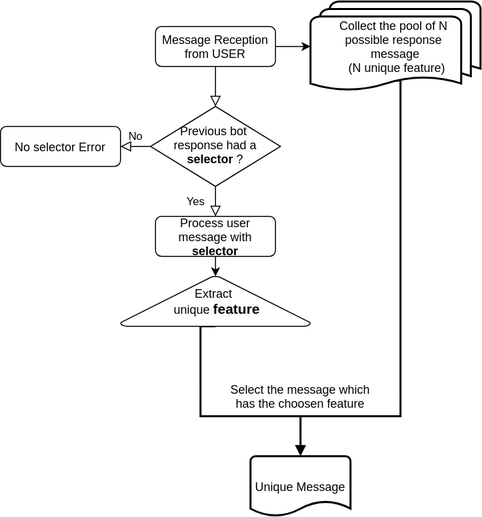
This is documentation/images/selector_feature_process.png from PervasiveWellbeingTech/Popbots-Engine, a draw.io export, as it was before one commit. Source tidied: cells renumbered, new cells last; positions are measured from the earlier drawing's top-left corner, leaving out a move shared by most shapes. Source of this version:
```xml
<mxGraphModel>
  <root>
    <mxCell id="0" />
    <mxCell id="1" parent="0" />
    <mxCell id="2" style="rounded=0;html=1;jettySize=auto;fontSize=11;endArrow=block;endFill=0;endSize=8;strokeWidth=1;shadow=0;labelBackgroundColor=none;edgeStyle=orthogonalEdgeStyle;" parent="1" edge="1" source="4" target="7">
      <mxGeometry relative="1" as="geometry" />
    </mxCell>
    <mxCell id="3" style="edgeStyle=orthogonalEdgeStyle;rounded=0;jettySize=auto;html=1;exitX=1;exitY=0.5;exitDx=0;exitDy=0;entryX=0;entryY=0.5;entryDx=0;entryDy=0;entryPerimeter=0;" parent="1" edge="1" source="4" target="14">
      <mxGeometry relative="1" as="geometry" />
    </mxCell>
    <mxCell id="4" value="Message Reception from USER" style="rounded=1;whiteSpace=wrap;html=1;fontSize=12;glass=0;strokeWidth=1;shadow=0;" parent="1" vertex="1">
      <mxGeometry x="155" y="25" width="120" height="40" as="geometry" />
    </mxCell>
    <mxCell id="5" value="Yes" style="rounded=0;html=1;jettySize=auto;fontSize=11;endArrow=block;endFill=0;endSize=8;strokeWidth=1;shadow=0;labelBackgroundColor=none;edgeStyle=orthogonalEdgeStyle;entryX=0.5;entryY=0;entryDx=0;entryDy=0;" parent="1" edge="1" source="7" target="10">
      <mxGeometry y="20" relative="1" as="geometry" />
    </mxCell>
    <mxCell id="6" value="No" style="edgeStyle=orthogonalEdgeStyle;rounded=0;html=1;jettySize=auto;fontSize=11;endArrow=block;endFill=0;endSize=8;strokeWidth=1;shadow=0;labelBackgroundColor=none;" parent="1" edge="1" source="7" target="8">
      <mxGeometry y="10" relative="1" as="geometry" />
    </mxCell>
    <mxCell id="7" value="Previous bot &lt;br&gt;response had a &lt;b&gt;selector&lt;/b&gt; ?" style="rhombus;whiteSpace=wrap;html=1;shadow=0;fontFamily=Helvetica;fontSize=12;align=center;strokeWidth=1;spacing=6;spacingTop=-4;" parent="1" vertex="1">
      <mxGeometry x="150" y="105" width="130" height="80" as="geometry" />
    </mxCell>
    <mxCell id="8" value="No selector Error" style="rounded=1;whiteSpace=wrap;html=1;fontSize=12;glass=0;strokeWidth=1;shadow=0;" parent="1" vertex="1">
      <mxGeometry y="125" width="120" height="40" as="geometry" />
    </mxCell>
    <mxCell id="9" style="edgeStyle=orthogonalEdgeStyle;rounded=0;jettySize=auto;html=1;exitX=0.5;exitY=1;exitDx=0;exitDy=0;entryX=0.5;entryY=0;entryDx=0;entryDy=0;" parent="1" edge="1" source="10" target="12">
      <mxGeometry relative="1" as="geometry" />
    </mxCell>
    <mxCell id="10" value="Process user message with &lt;b&gt;selector&lt;/b&gt;" style="rounded=1;whiteSpace=wrap;html=1;fontSize=12;glass=0;strokeWidth=1;shadow=0;" parent="1" vertex="1">
      <mxGeometry x="155" y="215" width="120" height="40" as="geometry" />
    </mxCell>
    <mxCell id="11" style="edgeStyle=orthogonalEdgeStyle;rounded=0;jettySize=auto;html=1;exitX=0.5;exitY=1;exitDx=0;exitDy=0;exitPerimeter=0;entryX=1;entryY=0;entryDx=0;entryDy=0;entryPerimeter=0;endArrow=none;endFill=0;strokeWidth=2;" parent="1" edge="1" source="12" target="16">
      <mxGeometry relative="1" as="geometry">
        <Array as="points">
          <mxPoint x="200" y="325" />
        </Array>
      </mxGeometry>
    </mxCell>
    <mxCell id="12" value="Extract &lt;br&gt;&amp;nbsp;unique &lt;font style=&quot;font-size: 14px&quot;&gt;&lt;b&gt;feature&lt;/b&gt;&lt;/font&gt;" style="strokeWidth=1;html=1;shape=mxgraph.flowchart.extract_or_measurement;whiteSpace=wrap;shadow=0;fontFamily=Helvetica;fontSize=12;fontColor=#000000;align=center;strokeColor=#000000;fillColor=#ffffff;" parent="1" vertex="1">
      <mxGeometry x="120" y="275" width="190" height="50" as="geometry" />
    </mxCell>
    <mxCell id="13" style="edgeStyle=orthogonalEdgeStyle;rounded=0;jettySize=auto;html=1;exitX=0.5;exitY=0.88;exitDx=0;exitDy=0;exitPerimeter=0;entryX=1;entryY=1;entryDx=0;entryDy=0;entryPerimeter=0;endArrow=none;endFill=0;strokeWidth=2;" parent="1" edge="1" source="14" target="16">
      <mxGeometry relative="1" as="geometry">
        <Array as="points">
          <mxPoint x="400" y="79" />
        </Array>
      </mxGeometry>
    </mxCell>
    <mxCell id="14" value="&lt;span style=&quot;white-space: normal&quot;&gt;Collect the pool of N &lt;br&gt;possible response &lt;br&gt;message&lt;br&gt;&amp;nbsp;(N unique feature)&lt;/span&gt;" style="strokeWidth=2;html=1;shape=mxgraph.flowchart.multi-document;whiteSpace=wrap;" parent="1" vertex="1">
      <mxGeometry x="310" width="170" height="90" as="geometry" />
    </mxCell>
    <mxCell id="15" style="edgeStyle=orthogonalEdgeStyle;rounded=0;jettySize=auto;html=1;exitX=0;exitY=0.5;exitDx=0;exitDy=0;exitPerimeter=0;entryX=0.5;entryY=0;entryDx=0;entryDy=0;entryPerimeter=0;endArrow=block;endFill=1;strokeWidth=2;" parent="1" edge="1" source="16" target="17">
      <mxGeometry relative="1" as="geometry" />
    </mxCell>
    <mxCell id="16" style="strokeWidth=2;html=1;shape=mxgraph.flowchart.annotation_2;align=left;labelPosition=right;rotation=-90;" parent="1" vertex="1">
      <mxGeometry x="276.1" y="315" width="47.9" height="200" as="geometry" />
    </mxCell>
    <mxCell id="17" value="Unique Message" style="strokeWidth=2;html=1;shape=mxgraph.flowchart.document2;whiteSpace=wrap;size=0.25;" parent="1" vertex="1">
      <mxGeometry x="250" y="455" width="100" height="60" as="geometry" />
    </mxCell>
    <mxCell id="18" value="Select the message which has the choosen feature" style="text;html=1;strokeColor=none;fillColor=none;align=center;verticalAlign=middle;whiteSpace=wrap;rounded=0;" parent="1" vertex="1">
      <mxGeometry x="225" y="385" width="150" height="20" as="geometry" />
    </mxCell>
  </root>
</mxGraphModel>
```
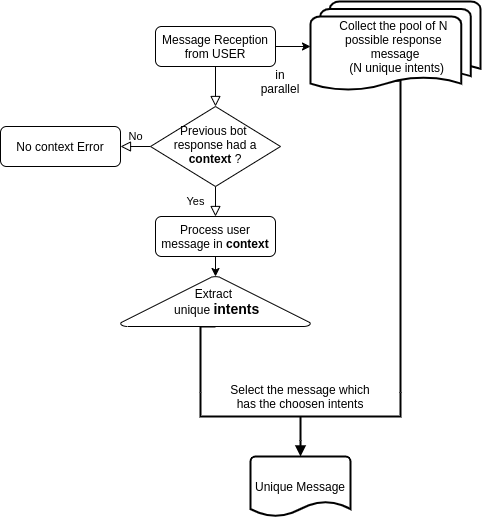
Above is the later version.

What changed in the source:
```diff
@@ -17,16 +17,16 @@
     <mxCell id="6" value="No" style="edgeStyle=orthogonalEdgeStyle;rounded=0;html=1;jettySize=auto;fontSize=11;endArrow=block;endFill=0;endSize=8;strokeWidth=1;shadow=0;labelBackgroundColor=none;" parent="1" edge="1" source="7" target="8">
       <mxGeometry y="10" relative="1" as="geometry" />
     </mxCell>
-    <mxCell id="7" value="Previous bot &lt;br&gt;response had a &lt;b&gt;selector&lt;/b&gt; ?" style="rhombus;whiteSpace=wrap;html=1;shadow=0;fontFamily=Helvetica;fontSize=12;align=center;strokeWidth=1;spacing=6;spacingTop=-4;" parent="1" vertex="1">
+    <mxCell id="7" value="Previous bot &lt;br&gt;response had a &lt;b&gt;context&lt;/b&gt; ?" style="rhombus;whiteSpace=wrap;html=1;shadow=0;fontFamily=Helvetica;fontSize=12;align=center;strokeWidth=1;spacing=6;spacingTop=-4;" parent="1" vertex="1">
       <mxGeometry x="150" y="105" width="130" height="80" as="geometry" />
     </mxCell>
-    <mxCell id="8" value="No selector Error" style="rounded=1;whiteSpace=wrap;html=1;fontSize=12;glass=0;strokeWidth=1;shadow=0;" parent="1" vertex="1">
+    <mxCell id="8" value="No context Error" style="rounded=1;whiteSpace=wrap;html=1;fontSize=12;glass=0;strokeWidth=1;shadow=0;" parent="1" vertex="1">
       <mxGeometry y="125" width="120" height="40" as="geometry" />
     </mxCell>
     <mxCell id="9" style="edgeStyle=orthogonalEdgeStyle;rounded=0;jettySize=auto;html=1;exitX=0.5;exitY=1;exitDx=0;exitDy=0;entryX=0.5;entryY=0;entryDx=0;entryDy=0;" parent="1" edge="1" source="10" target="12">
       <mxGeometry relative="1" as="geometry" />
     </mxCell>
-    <mxCell id="10" value="Process user message with &lt;b&gt;selector&lt;/b&gt;" style="rounded=1;whiteSpace=wrap;html=1;fontSize=12;glass=0;strokeWidth=1;shadow=0;" parent="1" vertex="1">
+    <mxCell id="10" value="Process user message in&amp;nbsp;&lt;b&gt;context&lt;/b&gt;" style="rounded=1;whiteSpace=wrap;html=1;fontSize=12;glass=0;strokeWidth=1;shadow=0;" parent="1" vertex="1">
       <mxGeometry x="155" y="215" width="120" height="40" as="geometry" />
     </mxCell>
     <mxCell id="11" style="edgeStyle=orthogonalEdgeStyle;rounded=0;jettySize=auto;html=1;exitX=0.5;exitY=1;exitDx=0;exitDy=0;exitPerimeter=0;entryX=1;entryY=0;entryDx=0;entryDy=0;entryPerimeter=0;endArrow=none;endFill=0;strokeWidth=2;" parent="1" edge="1" source="12" target="16">
@@ -36,7 +36,7 @@
         </Array>
       </mxGeometry>
     </mxCell>
-    <mxCell id="12" value="Extract &lt;br&gt;&amp;nbsp;unique &lt;font style=&quot;font-size: 14px&quot;&gt;&lt;b&gt;feature&lt;/b&gt;&lt;/font&gt;" style="strokeWidth=1;html=1;shape=mxgraph.flowchart.extract_or_measurement;whiteSpace=wrap;shadow=0;fontFamily=Helvetica;fontSize=12;fontColor=#000000;align=center;strokeColor=#000000;fillColor=#ffffff;" parent="1" vertex="1">
+    <mxCell id="12" value="Extract &lt;br&gt;&amp;nbsp;unique &lt;span style=&quot;font-size: 14px&quot;&gt;&lt;b&gt;intents&lt;/b&gt;&lt;/span&gt;" style="strokeWidth=1;html=1;shape=mxgraph.flowchart.extract_or_measurement;whiteSpace=wrap;shadow=0;fontFamily=Helvetica;fontSize=12;fontColor=#000000;align=center;strokeColor=#000000;fillColor=#ffffff;" parent="1" vertex="1">
       <mxGeometry x="120" y="275" width="190" height="50" as="geometry" />
     </mxCell>
     <mxCell id="13" style="edgeStyle=orthogonalEdgeStyle;rounded=0;jettySize=auto;html=1;exitX=0.5;exitY=0.88;exitDx=0;exitDy=0;exitPerimeter=0;entryX=1;entryY=1;entryDx=0;entryDy=0;entryPerimeter=0;endArrow=none;endFill=0;strokeWidth=2;" parent="1" edge="1" source="14" target="16">
@@ -46,7 +46,7 @@
         </Array>
       </mxGeometry>
     </mxCell>
-    <mxCell id="14" value="&lt;span style=&quot;white-space: normal&quot;&gt;Collect the pool of N &lt;br&gt;possible response &lt;br&gt;message&lt;br&gt;&amp;nbsp;(N unique feature)&lt;/span&gt;" style="strokeWidth=2;html=1;shape=mxgraph.flowchart.multi-document;whiteSpace=wrap;" parent="1" vertex="1">
+    <mxCell id="14" value="&lt;span style=&quot;white-space: normal&quot;&gt;Collect the pool of N &lt;br&gt;possible response &lt;br&gt;message&lt;br&gt;&amp;nbsp;(N unique intents)&lt;/span&gt;" style="strokeWidth=2;html=1;shape=mxgraph.flowchart.multi-document;whiteSpace=wrap;" parent="1" vertex="1">
       <mxGeometry x="310" width="170" height="90" as="geometry" />
     </mxCell>
     <mxCell id="15" style="edgeStyle=orthogonalEdgeStyle;rounded=0;jettySize=auto;html=1;exitX=0;exitY=0.5;exitDx=0;exitDy=0;exitPerimeter=0;entryX=0.5;entryY=0;entryDx=0;entryDy=0;entryPerimeter=0;endArrow=block;endFill=1;strokeWidth=2;" parent="1" edge="1" source="16" target="17">
@@ -58,8 +58,11 @@
     <mxCell id="17" value="Unique Message" style="strokeWidth=2;html=1;shape=mxgraph.flowchart.document2;whiteSpace=wrap;size=0.25;" parent="1" vertex="1">
       <mxGeometry x="250" y="455" width="100" height="60" as="geometry" />
     </mxCell>
-    <mxCell id="18" value="Select the message which has the choosen feature" style="text;html=1;strokeColor=none;fillColor=none;align=center;verticalAlign=middle;whiteSpace=wrap;rounded=0;" parent="1" vertex="1">
+    <mxCell id="18" value="Select the message which has the choosen intents" style="text;html=1;strokeColor=none;fillColor=none;align=center;verticalAlign=middle;whiteSpace=wrap;rounded=0;" parent="1" vertex="1">
       <mxGeometry x="225" y="385" width="150" height="20" as="geometry" />
     </mxCell>
+    <mxCell id="19" value="in parallel" style="text;html=1;strokeColor=none;fillColor=none;align=center;verticalAlign=middle;whiteSpace=wrap;rounded=0;" parent="1" vertex="1">
+      <mxGeometry x="260" y="70" width="40" height="20" as="geometry" />
+    </mxCell>
   </root>
 </mxGraphModel>
```
